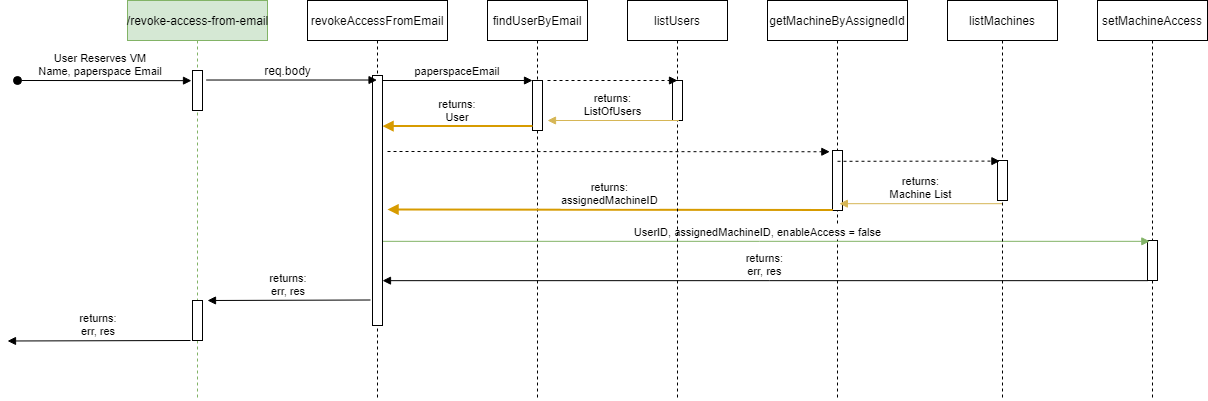
Above: Back-end/designDocs/RevokeAccessFlow.png in jayjayb772/IRL-Paperspace-automation (draw.io), before the change. Source tidied: cells renumbered, new cells last; positions are measured from the earlier drawing's top-left corner, leaving out a move shared by most shapes.
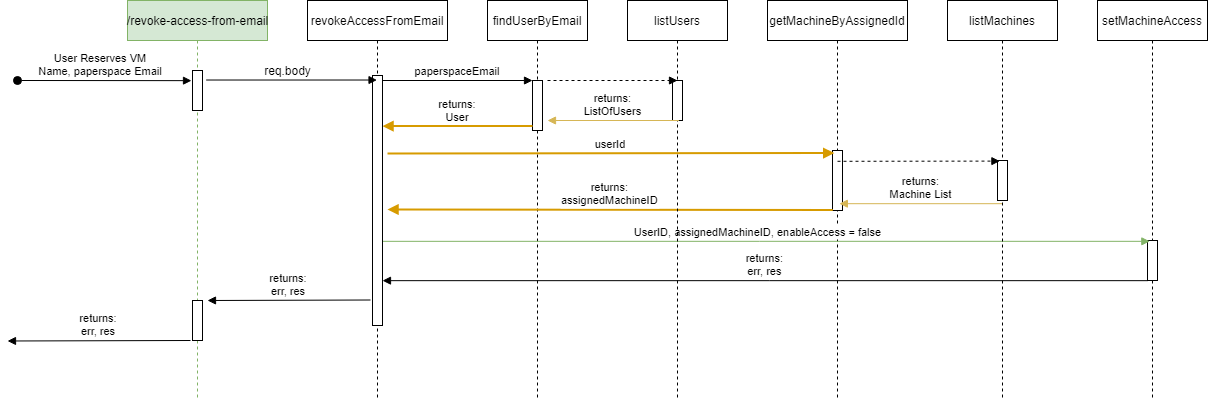
Later version of the same file.

Change to the diagram source:
```diff
@@ -34,11 +34,6 @@
     <mxCell id="11" style="points=[];perimeter=orthogonalPerimeter;rounded=0;shadow=0;strokeWidth=1;" parent="10" vertex="1">
       <mxGeometry x="65" y="150" width="10" height="60" as="geometry" />
     </mxCell>
-    <mxCell id="12" style="verticalAlign=bottom;endArrow=block;shadow=0;strokeWidth=1;dashed=1;entryX=-0.267;entryY=0.021;entryDx=0;entryDy=0;entryPerimeter=0;" parent="1" edge="1" target="11">
-      <mxGeometry relative="1" as="geometry">
-        <mxPoint x="380" y="151" as="sourcePoint" />
-      </mxGeometry>
-    </mxCell>
     <mxCell id="13" value="returns:&#10;assignedMachineID" style="verticalAlign=bottom;endArrow=block;shadow=0;strokeWidth=2;exitX=0.029;exitY=0.99;exitDx=0;exitDy=0;exitPerimeter=0;fillColor=#ffe6cc;strokeColor=#d79b00;" parent="1" edge="1" source="11">
       <mxGeometry relative="1" as="geometry">
         <mxPoint x="380" y="209" as="targetPoint" />
@@ -109,5 +104,10 @@
     <mxCell id="31" value="returns:&#10;Machine List" style="verticalAlign=bottom;endArrow=block;shadow=0;strokeWidth=1;entryX=0.513;entryY=0.508;entryDx=0;entryDy=0;entryPerimeter=0;fillColor=#fff2cc;strokeColor=#d6b656;" parent="1" edge="1" source="24" target="10">
       <mxGeometry relative="1" as="geometry" />
     </mxCell>
+    <mxCell id="32" value="userId" style="verticalAlign=bottom;endArrow=block;entryX=0.18;entryY=0.043;shadow=0;strokeWidth=2;entryDx=0;entryDy=0;entryPerimeter=0;fillColor=#ffe6cc;strokeColor=#d79b00;" parent="1" edge="1" target="11">
+      <mxGeometry relative="1" as="geometry">
+        <mxPoint x="380" y="153" as="sourcePoint" />
+      </mxGeometry>
+    </mxCell>
   </root>
 </mxGraphModel>
```
